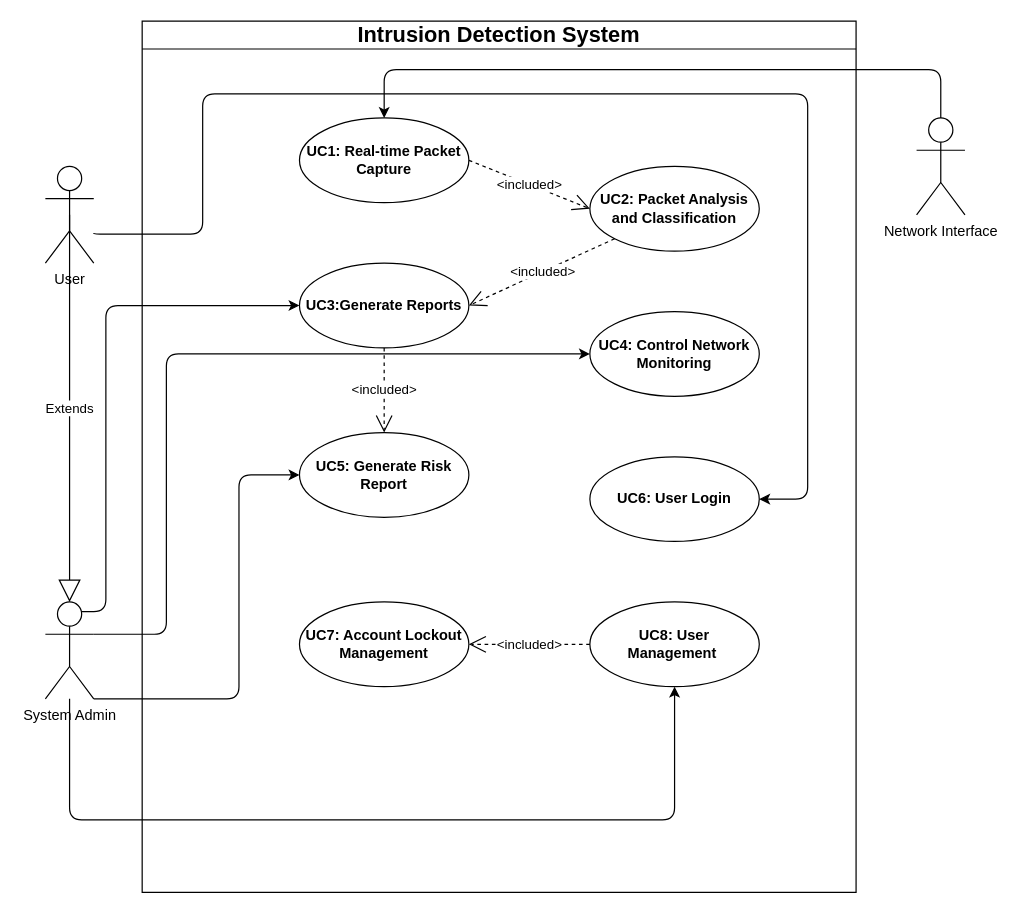
Before: docs/diagrams/IDS_USECASE.drawio in NatiG7/simple_intrusion_handling_system, a draw.io diagram. Source tidied: cells renumbered, new cells numbered last; positions are measured from the earlier drawing's top-left corner, leaving out a move shared by most shapes. Both pictures are drawn from the tidied source at 121%, with x=0, y=0 at pixel (45, 21).
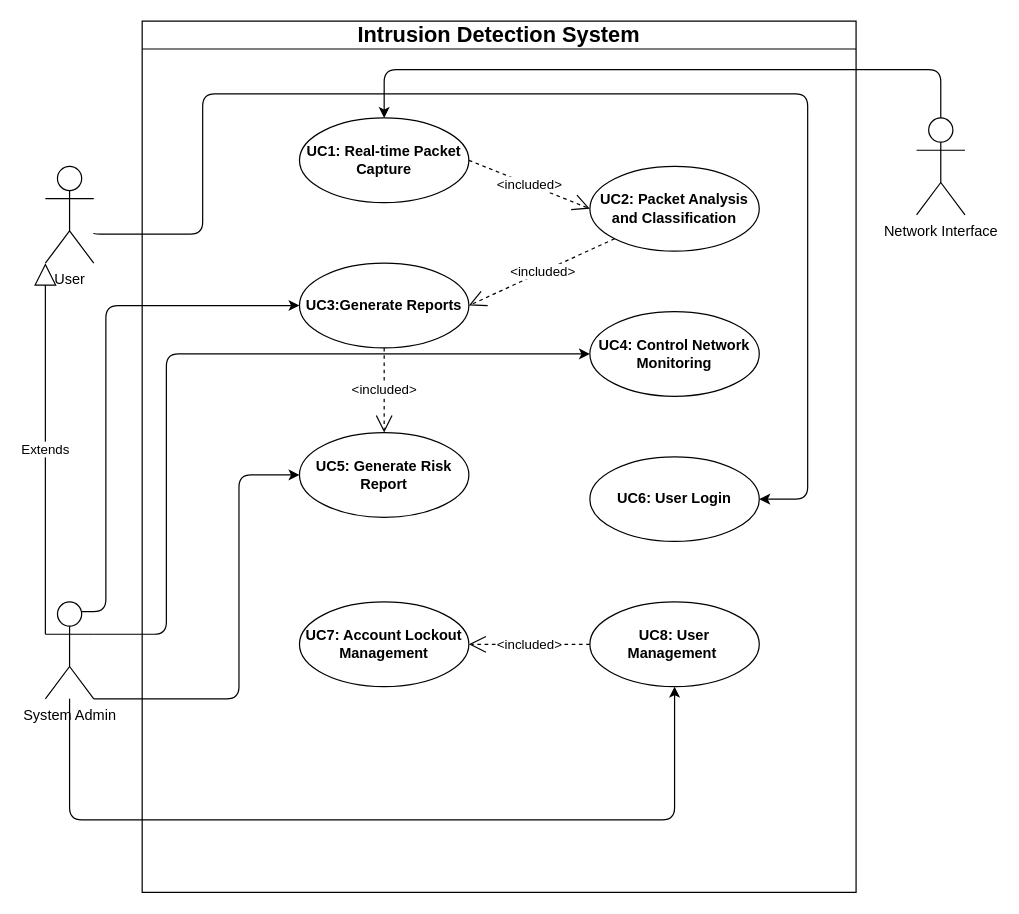
Above is the later version.

Commit message (it also covers changes not shown here):
refac: UseCase Admin extends User, UC4 correct decision sketch

The change refers to these unchanged cells:
```xml
<mxCell id="17" value="User" style="shape=umlActor;verticalLabelPosition=bottom;verticalAlign=top;html=1;outlineConnect=0;" parent="1" vertex="1">
  <mxGeometry y="120" width="40" height="80" as="geometry" />
</mxCell>
<mxCell id="20" value="System Admin" style="shape=umlActor;verticalLabelPosition=bottom;verticalAlign=top;html=1;outlineConnect=0;" parent="1" vertex="1">
  <mxGeometry y="480" width="40" height="80" as="geometry" />
</mxCell>
```

Diff of the diagram source:
```diff
@@
-    <mxCell id="23" value="Extends" style="endArrow=block;endSize=16;endFill=0;html=1;exitX=0.5;exitY=0.5;exitDx=0;exitDy=0;exitPerimeter=0;entryX=0.5;entryY=0;entryDx=0;entryDy=0;entryPerimeter=0;" parent="1" edge="1" source="17" target="20">
+    <mxCell id="23" value="Extends" style="endArrow=block;endSize=16;endFill=0;html=1;entryX=0;entryY=1;entryDx=0;entryDy=0;entryPerimeter=0;exitX=0;exitY=0.3333333333333333;exitDx=0;exitDy=0;exitPerimeter=0;" parent="1" edge="1" source="20" target="17">
       <mxGeometry relative="1" as="geometry" />
     </mxCell>
```
